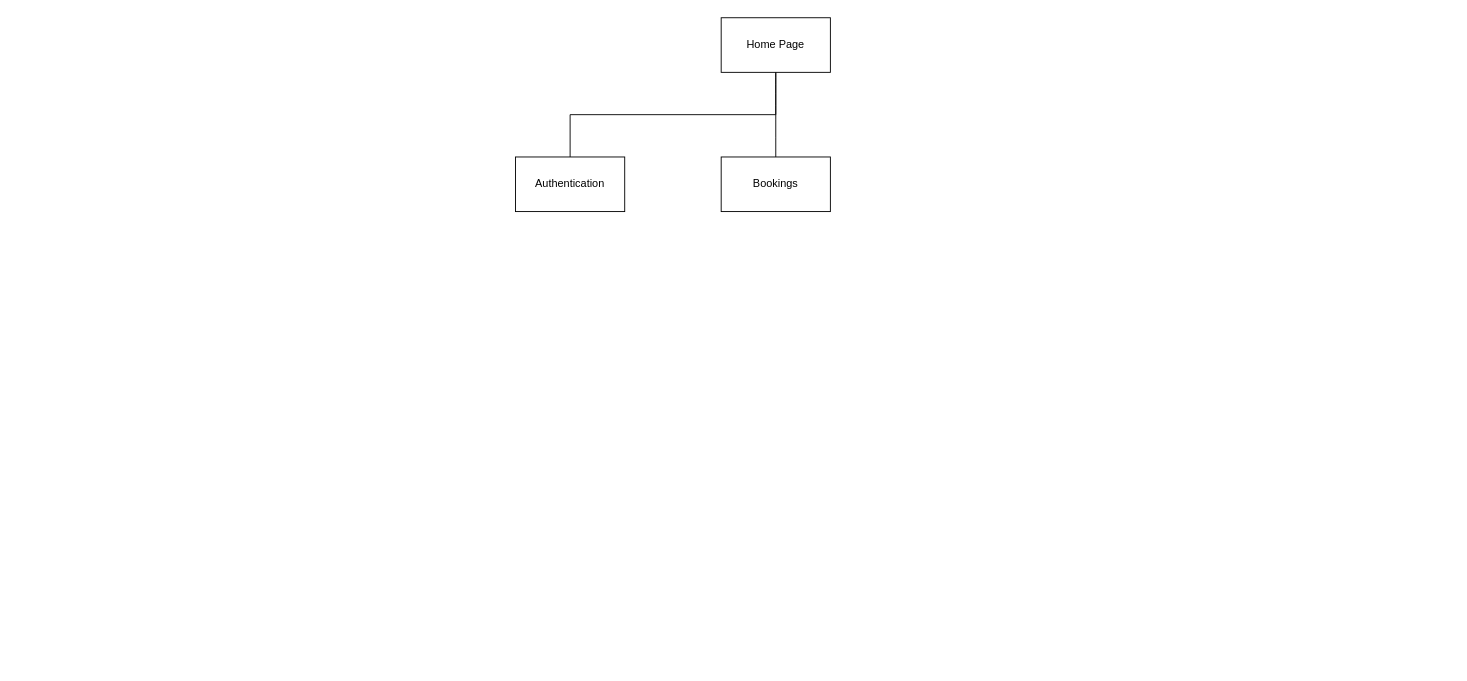
The draw.io diagram assignments/fit5032_site_map.drawio in nsel0009/FIT5032, before the edit. Source tidied: cells renumbered, new cells numbered last; positions are measured from the earlier drawing's top-left corner, leaving out a move shared by most shapes. Both pictures are drawn from the tidied source at 91%, with x=0, y=0 at pixel (515, 17).
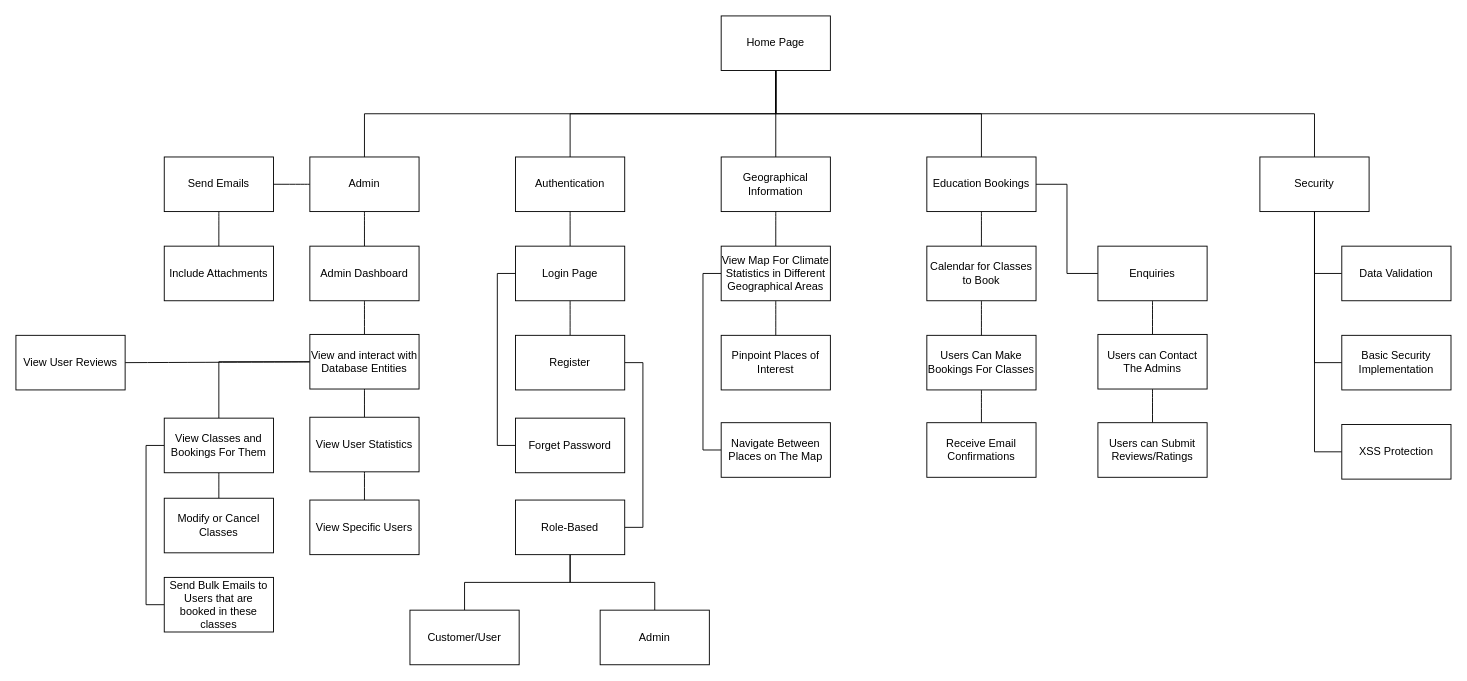
The same diagram, later.

Commit message (it also covers changes not shown here):
Assignment 1.1: Updated the Site Map - Also added in Business Requirements For Easy Referencing (Will be removed once Design Report is Completed)

Unchanged cells that the change refers to:
```xml
<mxCell id="5" value="Authentication" style="rounded=0;whiteSpace=wrap;html=1;" parent="1" vertex="1">
  <mxGeometry y="153" width="120" height="60" as="geometry" />
</mxCell>
```

Diff of the diagram source:
```diff
@@
-    <mxCell id="2" style="edgeStyle=none;curved=1;rounded=0;jettySize=auto;html=1;exitX=0.5;exitY=1;exitDx=0;exitDy=0;entryX=0.5;entryY=0;entryDx=0;entryDy=0;fontSize=12;startSize=8;endSize=8;endArrow=none;endFill=0;" parent="1" edge="1" source="3" target="6">
+    <mxCell id="2" style="edgeStyle=orthogonalEdgeStyle;rounded=0;jettySize=auto;html=1;exitX=0.5;exitY=1;exitDx=0;exitDy=0;entryX=0.5;entryY=0;entryDx=0;entryDy=0;fontSize=12;startSize=8;endSize=8;endArrow=none;endFill=0;" parent="1" edge="1" source="3" target="6">
       <mxGeometry relative="1" as="geometry" />
     </mxCell>
+    <mxCell id="7" style="edgeStyle=orthogonalEdgeStyle;rounded=0;jettySize=auto;html=1;exitX=0.5;exitY=1;exitDx=0;exitDy=0;entryX=0.5;entryY=0;entryDx=0;entryDy=0;fontSize=12;startSize=8;endSize=8;endArrow=none;endFill=0;" parent="1" edge="1" source="3" target="14">
+      <mxGeometry relative="1" as="geometry" />
+    </mxCell>
+    <mxCell id="8" style="edgeStyle=orthogonalEdgeStyle;rounded=0;jettySize=auto;html=1;entryX=0.5;entryY=0;entryDx=0;entryDy=0;fontSize=12;startSize=8;endSize=8;endArrow=none;endFill=0;exitX=0.5;exitY=1;exitDx=0;exitDy=0;" parent="1" edge="1" source="3" target="17">
+      <mxGeometry relative="1" as="geometry" />
+    </mxCell>
+    <mxCell id="9" style="edgeStyle=orthogonalEdgeStyle;rounded=0;jettySize=auto;html=1;entryX=0.5;entryY=0;entryDx=0;entryDy=0;fontSize=12;startSize=8;endSize=8;exitX=0.5;exitY=1;exitDx=0;exitDy=0;endArrow=none;endFill=0;" parent="1" edge="1" source="3" target="65">
+      <mxGeometry relative="1" as="geometry" />
+    </mxCell>
     <mxCell id="3" value="Home Page" style="rounded=0;whiteSpace=wrap;html=1;" parent="1" vertex="1">
-      <mxGeometry x="226" width="120" height="60" as="geometry" />
+      <mxGeometry x="226" y="-2" width="120" height="60" as="geometry" />
     </mxCell>
@@
+    <mxCell id="10" style="edgeStyle=none;curved=1;rounded=0;jettySize=auto;html=1;entryX=0.5;entryY=0;entryDx=0;entryDy=0;fontSize=12;startSize=8;endSize=8;endArrow=none;endFill=0;" parent="1" edge="1" source="5" target="20">
+      <mxGeometry relative="1" as="geometry" />
+    </mxCell>
@@
+    <mxCell id="11" style="edgeStyle=none;curved=1;rounded=0;jettySize=auto;html=1;entryX=0.5;entryY=0;entryDx=0;entryDy=0;fontSize=12;startSize=8;endSize=8;endArrow=none;endFill=0;" parent="1" edge="1" source="6" target="42">
+      <mxGeometry relative="1" as="geometry" />
+    </mxCell>
-    <mxCell id="6" value="Bookings" style="rounded=0;whiteSpace=wrap;html=1;" parent="1" vertex="1">
+    <mxCell id="6" value="Geographical Information" style="rounded=0;whiteSpace=wrap;html=1;" parent="1" vertex="1">
       <mxGeometry x="226" y="153" width="120" height="60" as="geometry" />
     </mxCell>
+    <mxCell id="12" style="edgeStyle=none;curved=1;rounded=0;jettySize=auto;html=1;entryX=0.5;entryY=0;entryDx=0;entryDy=0;fontSize=12;startSize=8;endSize=8;endArrow=none;endFill=0;" parent="1" edge="1" source="14" target="52">
+      <mxGeometry relative="1" as="geometry" />
+    </mxCell>
+    <mxCell id="13" style="edgeStyle=orthogonalEdgeStyle;rounded=0;jettySize=auto;html=1;entryX=0;entryY=0.5;entryDx=0;entryDy=0;fontSize=12;startSize=8;endSize=8;endArrow=none;endFill=0;" parent="1" edge="1" source="14" target="58">
+      <mxGeometry relative="1" as="geometry" />
+    </mxCell>
+    <mxCell id="14" value="Education Bookings" style="rounded=0;whiteSpace=wrap;html=1;" parent="1" vertex="1">
+      <mxGeometry x="452" y="153" width="120" height="60" as="geometry" />
+    </mxCell>
+    <mxCell id="15" style="edgeStyle=none;curved=1;rounded=0;jettySize=auto;html=1;entryX=0.5;entryY=0;entryDx=0;entryDy=0;fontSize=12;startSize=8;endSize=8;endArrow=none;endFill=0;" parent="1" edge="1" source="17" target="25">
+      <mxGeometry relative="1" as="geometry" />
+    </mxCell>
+    <mxCell id="16" style="edgeStyle=none;curved=1;rounded=0;jettySize=auto;html=1;entryX=1;entryY=0.5;entryDx=0;entryDy=0;fontSize=12;startSize=8;endSize=8;endArrow=none;endFill=0;" parent="1" edge="1" source="17" target="47">
+      <mxGeometry relative="1" as="geometry" />
+    </mxCell>
+    <mxCell id="17" value="Admin" style="rounded=0;whiteSpace=wrap;html=1;" parent="1" vertex="1">
+      <mxGeometry x="-226" y="153" width="120" height="60" as="geometry" />
+    </mxCell>
+    <mxCell id="18" style="edgeStyle=none;curved=1;rounded=0;jettySize=auto;html=1;exitX=0.5;exitY=1;exitDx=0;exitDy=0;entryX=0.5;entryY=0;entryDx=0;entryDy=0;fontSize=12;startSize=8;endSize=8;endArrow=none;endFill=0;" parent="1" edge="1" source="20" target="22">
+      <mxGeometry relative="1" as="geometry" />
+    </mxCell>
+    <mxCell id="19" style="edgeStyle=orthogonalEdgeStyle;rounded=0;jettySize=auto;html=1;entryX=0;entryY=0.5;entryDx=0;entryDy=0;fontSize=12;startSize=8;endSize=8;exitX=0;exitY=0.5;exitDx=0;exitDy=0;endArrow=none;endFill=0;" parent="1" edge="1" source="20" target="23">
+      <mxGeometry relative="1" as="geometry" />
+    </mxCell>
+    <mxCell id="20" value="Login Page" style="rounded=0;whiteSpace=wrap;html=1;" parent="1" vertex="1">
+      <mxGeometry y="251" width="120" height="60" as="geometry" />
+    </mxCell>
+    <mxCell id="21" style="edgeStyle=orthogonalEdgeStyle;rounded=0;jettySize=auto;html=1;entryX=1;entryY=0.5;entryDx=0;entryDy=0;fontSize=12;startSize=8;endSize=8;exitX=1;exitY=0.5;exitDx=0;exitDy=0;endArrow=none;endFill=0;" parent="1" edge="1" source="22" target="28">
+      <mxGeometry relative="1" as="geometry" />
+    </mxCell>
+    <mxCell id="22" value="Register" style="rounded=0;whiteSpace=wrap;html=1;" parent="1" vertex="1">
+      <mxGeometry y="349" width="120" height="60" as="geometry" />
+    </mxCell>
+    <mxCell id="23" value="Forget Password" style="rounded=0;whiteSpace=wrap;html=1;" parent="1" vertex="1">
+      <mxGeometry y="440" width="120" height="60" as="geometry" />
+    </mxCell>
+    <mxCell id="24" style="edgeStyle=none;curved=1;rounded=0;jettySize=auto;html=1;entryX=0.5;entryY=0;entryDx=0;entryDy=0;fontSize=12;startSize=8;endSize=8;endArrow=none;endFill=0;" parent="1" edge="1" source="25" target="32">
+      <mxGeometry relative="1" as="geometry" />
+    </mxCell>
+    <mxCell id="25" value="Admin Dashboard" style="rounded=0;whiteSpace=wrap;html=1;" parent="1" vertex="1">
+      <mxGeometry x="-226" y="251" width="120" height="60" as="geometry" />
+    </mxCell>
+    <mxCell id="26" style="edgeStyle=orthogonalEdgeStyle;rounded=0;jettySize=auto;html=1;entryX=0.5;entryY=0;entryDx=0;entryDy=0;fontSize=12;startSize=8;endSize=8;exitX=0.5;exitY=1;exitDx=0;exitDy=0;endArrow=none;endFill=0;" parent="1" edge="1" source="28" target="54">
+      <mxGeometry relative="1" as="geometry" />
+    </mxCell>
+    <mxCell id="27" style="edgeStyle=orthogonalEdgeStyle;rounded=0;jettySize=auto;html=1;entryX=0.5;entryY=0;entryDx=0;entryDy=0;fontSize=12;startSize=8;endSize=8;exitX=0.5;exitY=1;exitDx=0;exitDy=0;endArrow=none;endFill=0;" parent="1" edge="1" source="28" target="55">
+      <mxGeometry relative="1" as="geometry" />
+    </mxCell>
+    <mxCell id="28" value="Role-Based" style="rounded=0;whiteSpace=wrap;html=1;" parent="1" vertex="1">
+      <mxGeometry y="530" width="120" height="60" as="geometry" />
+    </mxCell>
+    <mxCell id="29" style="edgeStyle=orthogonalEdgeStyle;rounded=0;jettySize=auto;html=1;entryX=0.5;entryY=0;entryDx=0;entryDy=0;fontSize=12;startSize=8;endSize=8;endArrow=none;endFill=0;" parent="1" edge="1" source="32" target="38">
+      <mxGeometry relative="1" as="geometry" />
+    </mxCell>
+    <mxCell id="30" style="edgeStyle=none;curved=1;rounded=0;jettySize=auto;html=1;entryX=0.5;entryY=0;entryDx=0;entryDy=0;fontSize=12;startSize=8;endSize=8;endArrow=none;endFill=0;" parent="1" edge="1" source="32" target="34">
+      <mxGeometry relative="1" as="geometry" />
+    </mxCell>
+    <mxCell id="31" style="edgeStyle=none;curved=1;rounded=0;jettySize=auto;html=1;entryX=1;entryY=0.5;entryDx=0;entryDy=0;fontSize=12;startSize=8;endSize=8;endArrow=none;endFill=0;" parent="1" edge="1" source="32" target="56">
+      <mxGeometry relative="1" as="geometry" />
+    </mxCell>
+    <mxCell id="32" value="View and interact with Database Entities" style="rounded=0;whiteSpace=wrap;html=1;" parent="1" vertex="1">
+      <mxGeometry x="-226" y="348" width="120" height="60" as="geometry" />
+    </mxCell>
+    <mxCell id="33" style="edgeStyle=none;curved=1;rounded=0;jettySize=auto;html=1;entryX=0.5;entryY=0;entryDx=0;entryDy=0;fontSize=12;startSize=8;endSize=8;endArrow=none;endFill=0;" parent="1" edge="1" source="34" target="35">
+      <mxGeometry relative="1" as="geometry" />
+    </mxCell>
+    <mxCell id="34" value="View User Statistics" style="rounded=0;whiteSpace=wrap;html=1;" parent="1" vertex="1">
+      <mxGeometry x="-226" y="439" width="120" height="60" as="geometry" />
+    </mxCell>
+    <mxCell id="35" value="View Specific Users" style="rounded=0;whiteSpace=wrap;html=1;" parent="1" vertex="1">
+      <mxGeometry x="-226" y="530" width="120" height="60" as="geometry" />
+    </mxCell>
+    <mxCell id="36" style="edgeStyle=none;curved=1;rounded=0;jettySize=auto;html=1;entryX=0.5;entryY=0;entryDx=0;entryDy=0;fontSize=12;startSize=8;endSize=8;endArrow=none;endFill=0;" parent="1" edge="1" source="38" target="39">
+      <mxGeometry relative="1" as="geometry" />
+    </mxCell>
+    <mxCell id="37" style="edgeStyle=orthogonalEdgeStyle;rounded=0;jettySize=auto;html=1;entryX=0;entryY=0.5;entryDx=0;entryDy=0;fontSize=12;startSize=8;endSize=8;exitX=0;exitY=0.5;exitDx=0;exitDy=0;endArrow=none;endFill=0;" parent="1" edge="1" source="38" target="45">
+      <mxGeometry relative="1" as="geometry" />
+    </mxCell>
+    <mxCell id="38" value="View Classes and Bookings For Them" style="rounded=0;whiteSpace=wrap;html=1;" parent="1" vertex="1">
+      <mxGeometry x="-386" y="440" width="120" height="60" as="geometry" />
+    </mxCell>
+    <mxCell id="39" value="Modify or Cancel Classes" style="rounded=0;whiteSpace=wrap;html=1;" parent="1" vertex="1">
+      <mxGeometry x="-386" y="528" width="120" height="60" as="geometry" />
+    </mxCell>
+    <mxCell id="40" style="edgeStyle=none;curved=1;rounded=0;jettySize=auto;html=1;entryX=0.5;entryY=0;entryDx=0;entryDy=0;fontSize=12;startSize=8;endSize=8;endArrow=none;endFill=0;" parent="1" edge="1" source="42" target="43">
+      <mxGeometry relative="1" as="geometry" />
+    </mxCell>
+    <mxCell id="41" style="edgeStyle=orthogonalEdgeStyle;rounded=0;jettySize=auto;html=1;exitX=0;exitY=0.5;exitDx=0;exitDy=0;entryX=0;entryY=0.5;entryDx=0;entryDy=0;fontSize=12;startSize=8;endSize=8;endArrow=none;endFill=0;" parent="1" edge="1" source="42" target="44">
+      <mxGeometry relative="1" as="geometry" />
+    </mxCell>
+    <mxCell id="42" value="View Map For Climate Statistics in Different Geographical Areas" style="rounded=0;whiteSpace=wrap;html=1;" parent="1" vertex="1">
+      <mxGeometry x="226" y="251" width="120" height="60" as="geometry" />
+    </mxCell>
+    <mxCell id="43" value="Pinpoint Places of Interest" style="rounded=0;whiteSpace=wrap;html=1;" parent="1" vertex="1">
+      <mxGeometry x="226" y="349" width="120" height="60" as="geometry" />
+    </mxCell>
+    <mxCell id="44" value="Navigate Between Places on The Map" style="rounded=0;whiteSpace=wrap;html=1;" parent="1" vertex="1">
+      <mxGeometry x="226" y="445" width="120" height="60" as="geometry" />
+    </mxCell>
+    <mxCell id="45" value="Send Bulk Emails to Users that are booked in these classes" style="rounded=0;whiteSpace=wrap;html=1;" parent="1" vertex="1">
+      <mxGeometry x="-386" y="615" width="120" height="60" as="geometry" />
+    </mxCell>
+    <mxCell id="46" style="edgeStyle=none;curved=1;rounded=0;jettySize=auto;html=1;entryX=0.5;entryY=0;entryDx=0;entryDy=0;fontSize=12;startSize=8;endSize=8;endArrow=none;endFill=0;" parent="1" edge="1" source="47" target="48">
+      <mxGeometry relative="1" as="geometry" />
+    </mxCell>
+    <mxCell id="47" value="Send Emails" style="rounded=0;whiteSpace=wrap;html=1;" parent="1" vertex="1">
+      <mxGeometry x="-386" y="153" width="120" height="60" as="geometry" />
+    </mxCell>
+    <mxCell id="48" value="Include Attachments" style="rounded=0;whiteSpace=wrap;html=1;" parent="1" vertex="1">
+      <mxGeometry x="-386" y="251" width="120" height="60" as="geometry" />
+    </mxCell>
+    <mxCell id="49" style="edgeStyle=none;curved=1;rounded=0;jettySize=auto;html=1;entryX=0.5;entryY=0;entryDx=0;entryDy=0;fontSize=12;startSize=8;endSize=8;endArrow=none;endFill=0;" parent="1" edge="1" source="50" target="53">
+      <mxGeometry relative="1" as="geometry" />
+    </mxCell>
+    <mxCell id="50" value="Users Can Make Bookings For Classes" style="rounded=0;whiteSpace=wrap;html=1;" parent="1" vertex="1">
+      <mxGeometry x="452" y="349" width="120" height="60" as="geometry" />
+    </mxCell>
+    <mxCell id="51" style="edgeStyle=none;curved=1;rounded=0;jettySize=auto;html=1;entryX=0.5;entryY=0;entryDx=0;entryDy=0;fontSize=12;startSize=8;endSize=8;endArrow=none;endFill=0;" parent="1" edge="1" source="52" target="50">
+      <mxGeometry relative="1" as="geometry" />
+    </mxCell>
+    <mxCell id="52" value="Calendar for Classes to Book" style="rounded=0;whiteSpace=wrap;html=1;" parent="1" vertex="1">
+      <mxGeometry x="452" y="251" width="120" height="60" as="geometry" />
+    </mxCell>
+    <mxCell id="53" value="Receive Email Confirmations" style="rounded=0;whiteSpace=wrap;html=1;" parent="1" vertex="1">
+      <mxGeometry x="452" y="445" width="120" height="60" as="geometry" />
+    </mxCell>
+    <mxCell id="54" value="Customer/User" style="rounded=0;whiteSpace=wrap;html=1;" parent="1" vertex="1">
+      <mxGeometry x="-116" y="651" width="120" height="60" as="geometry" />
+    </mxCell>
+    <mxCell id="55" value="Admin" style="rounded=0;whiteSpace=wrap;html=1;" parent="1" vertex="1">
+      <mxGeometry x="93" y="651" width="120" height="60" as="geometry" />
+    </mxCell>
+    <mxCell id="56" value="View User Reviews" style="rounded=0;whiteSpace=wrap;html=1;" parent="1" vertex="1">
+      <mxGeometry x="-549" y="349" width="120" height="60" as="geometry" />
+    </mxCell>
+    <mxCell id="57" style="edgeStyle=none;curved=1;rounded=0;jettySize=auto;html=1;entryX=0.5;entryY=0;entryDx=0;entryDy=0;fontSize=12;startSize=8;endSize=8;endArrow=none;endFill=0;" parent="1" edge="1" source="58" target="60">
+      <mxGeometry relative="1" as="geometry" />
+    </mxCell>
+    <mxCell id="58" value="Enquiries" style="rounded=0;whiteSpace=wrap;html=1;" parent="1" vertex="1">
+      <mxGeometry x="640" y="251" width="120" height="60" as="geometry" />
+    </mxCell>
+    <mxCell id="59" style="edgeStyle=none;curved=1;rounded=0;jettySize=auto;html=1;entryX=0.5;entryY=0;entryDx=0;entryDy=0;fontSize=12;startSize=8;endSize=8;endArrow=none;endFill=0;" parent="1" edge="1" source="60" target="61">
+      <mxGeometry relative="1" as="geometry" />
+    </mxCell>
+    <mxCell id="60" value="Users can Contact The Admins" style="rounded=0;whiteSpace=wrap;html=1;" parent="1" vertex="1">
+      <mxGeometry x="640" y="348" width="120" height="60" as="geometry" />
+    </mxCell>
+    <mxCell id="61" value="Users can Submit Reviews/Ratings" style="rounded=0;whiteSpace=wrap;html=1;" parent="1" vertex="1">
+      <mxGeometry x="640" y="445" width="120" height="60" as="geometry" />
+    </mxCell>
+    <mxCell id="62" style="edgeStyle=orthogonalEdgeStyle;rounded=0;jettySize=auto;html=1;entryX=0;entryY=0.5;entryDx=0;entryDy=0;fontSize=12;startSize=8;endSize=8;endArrow=none;endFill=0;" parent="1" edge="1" source="65" target="66">
+      <mxGeometry relative="1" as="geometry" />
+    </mxCell>
+    <mxCell id="63" style="edgeStyle=orthogonalEdgeStyle;rounded=0;jettySize=auto;html=1;entryX=0;entryY=0.5;entryDx=0;entryDy=0;fontSize=12;startSize=8;endSize=8;endArrow=none;endFill=0;" parent="1" edge="1" source="65" target="67">
+      <mxGeometry relative="1" as="geometry" />
+    </mxCell>
+    <mxCell id="64" style="edgeStyle=orthogonalEdgeStyle;rounded=0;jettySize=auto;html=1;entryX=0;entryY=0.5;entryDx=0;entryDy=0;fontSize=12;startSize=8;endSize=8;endArrow=none;endFill=0;" parent="1" edge="1" source="65" target="68">
+      <mxGeometry relative="1" as="geometry" />
+    </mxCell>
+    <mxCell id="65" value="Security" style="rounded=0;whiteSpace=wrap;html=1;" parent="1" vertex="1">
+      <mxGeometry x="818" y="153" width="120" height="60" as="geometry" />
+    </mxCell>
+    <mxCell id="66" value="Data Validation" style="rounded=0;whiteSpace=wrap;html=1;" parent="1" vertex="1">
+      <mxGeometry x="908" y="251" width="120" height="60" as="geometry" />
+    </mxCell>
+    <mxCell id="67" value="Basic Security Implementation" style="rounded=0;whiteSpace=wrap;html=1;" parent="1" vertex="1">
+      <mxGeometry x="908" y="349" width="120" height="60" as="geometry" />
+    </mxCell>
+    <mxCell id="68" value="XSS Protection" style="rounded=0;whiteSpace=wrap;html=1;" parent="1" vertex="1">
+      <mxGeometry x="908" y="447" width="120" height="60" as="geometry" />
+    </mxCell>
```
